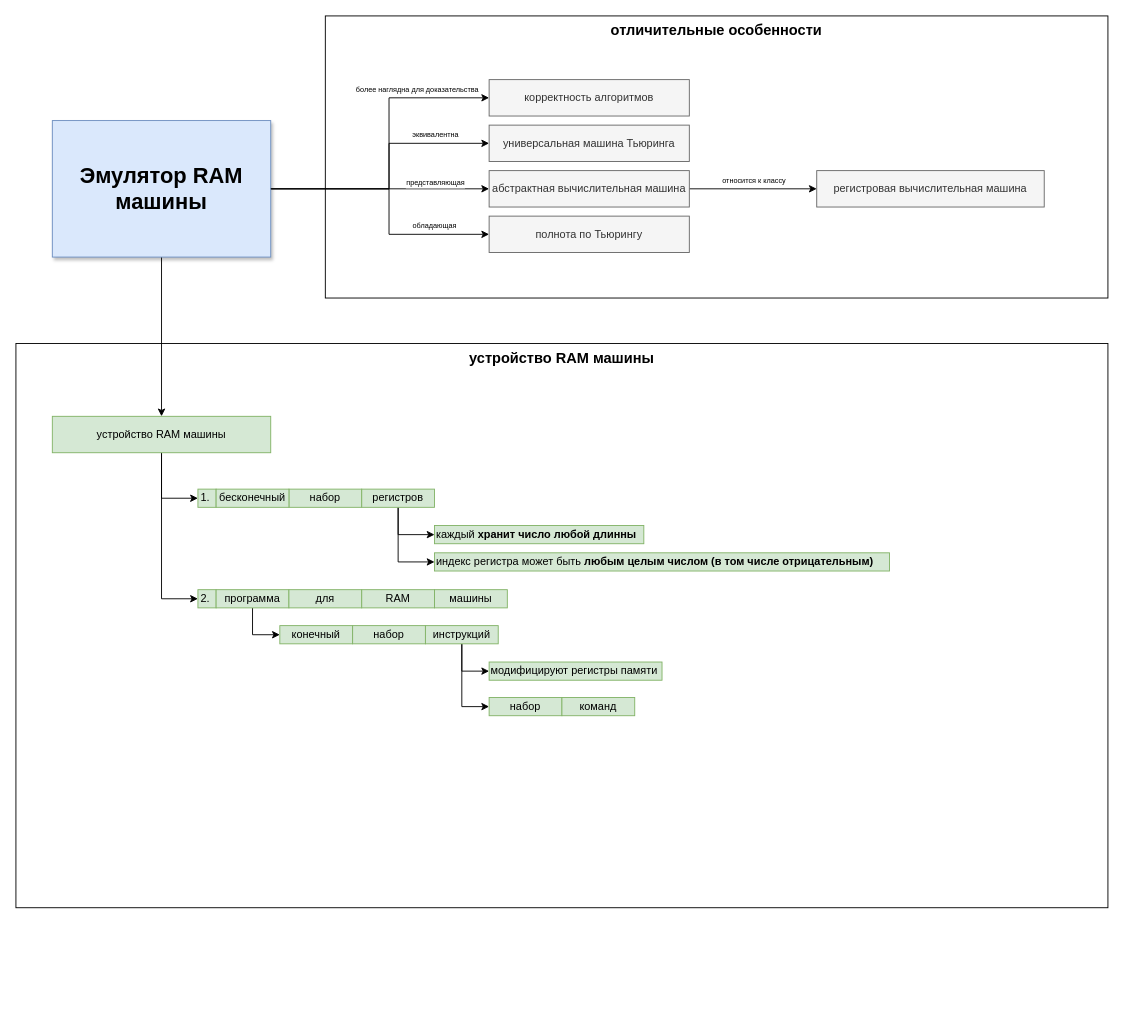
timurkashapov/otus keeps this draw.io diagram as otus_algo_club/algo_2019_04/_2019_04_30_otus_algo_01/docs/docs.drawio. Above is the earlier version. Source tidied: cells renumbered, new cells numbered last; positions are measured from the earlier drawing's top-left corner, leaving out a move shared by most shapes. Both pictures are drawn from the tidied source at 91%, with x=0, y=0 at pixel (15, 15).
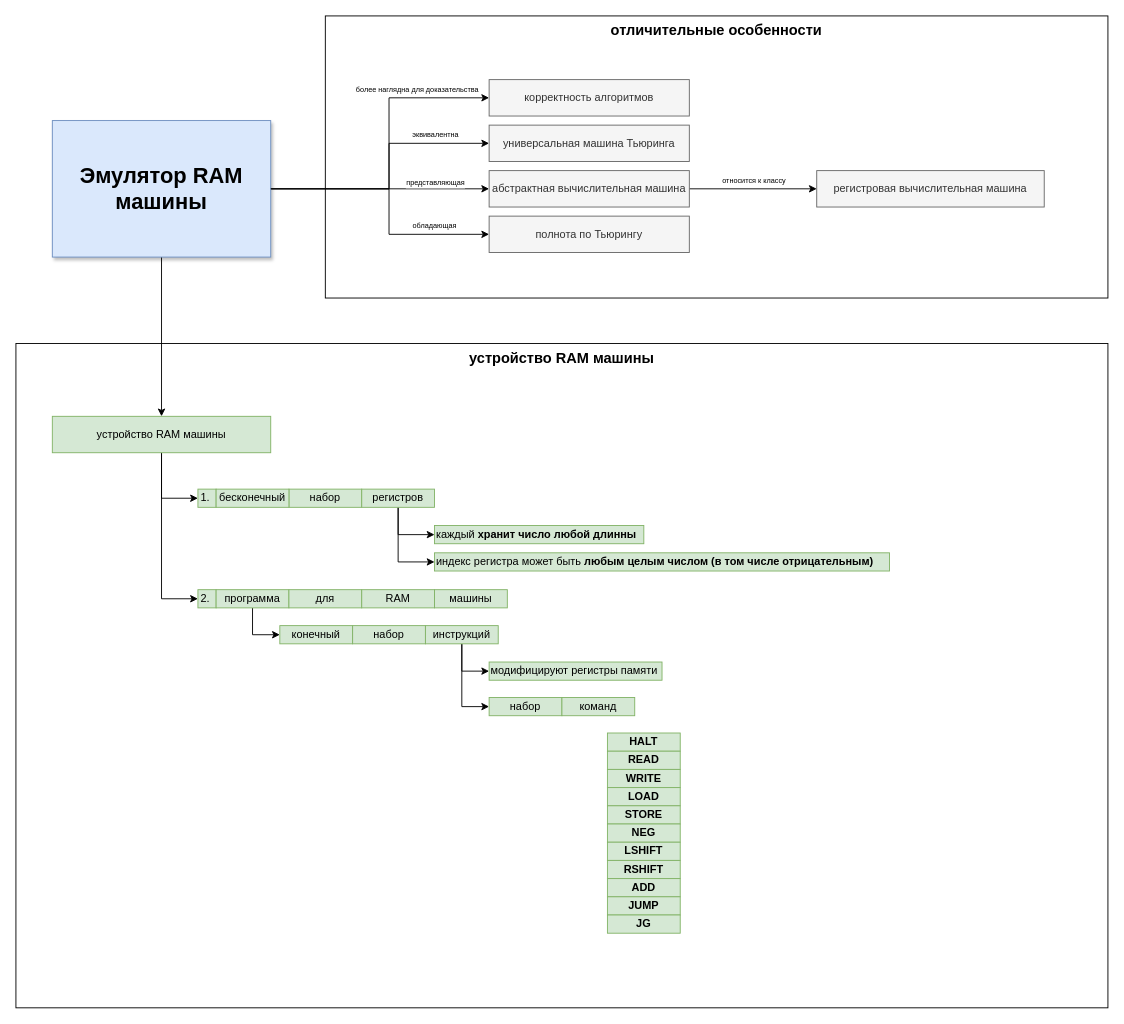
After the change.

The edit, as a diff of the source:
```diff
@@
     <mxCell id="2" value="устройство RAM машины" style="rounded=0;whiteSpace=wrap;html=1;fontSize=16;align=center;verticalAlign=top;fontStyle=1;" parent="1" vertex="1">
-      <mxGeometry y="360" width="1200" height="620" as="geometry" />
+      <mxGeometry y="360" width="1200" height="730" as="geometry" />
     </mxCell>
@@
+    <mxCell id="46" value="&lt;b&gt;HALT&lt;/b&gt;" style="text;html=1;strokeColor=#82b366;fillColor=#d5e8d4;align=center;verticalAlign=middle;whiteSpace=wrap;rounded=0;fontSize=12;" parent="1" vertex="1">
+      <mxGeometry x="650" y="788" width="80" height="20" as="geometry" />
+    </mxCell>
+    <mxCell id="47" value="&lt;b&gt;READ&lt;/b&gt;" style="text;html=1;strokeColor=#82b366;fillColor=#d5e8d4;align=center;verticalAlign=middle;whiteSpace=wrap;rounded=0;fontSize=12;" parent="1" vertex="1">
+      <mxGeometry x="650" y="808" width="80" height="20" as="geometry" />
+    </mxCell>
+    <mxCell id="48" value="&lt;b&gt;WRITE&lt;/b&gt;" style="text;html=1;strokeColor=#82b366;fillColor=#d5e8d4;align=center;verticalAlign=middle;whiteSpace=wrap;rounded=0;fontSize=12;" parent="1" vertex="1">
+      <mxGeometry x="650" y="828" width="80" height="20" as="geometry" />
+    </mxCell>
+    <mxCell id="49" value="&lt;b&gt;LOAD&lt;/b&gt;" style="text;html=1;strokeColor=#82b366;fillColor=#d5e8d4;align=center;verticalAlign=middle;whiteSpace=wrap;rounded=0;fontSize=12;" parent="1" vertex="1">
+      <mxGeometry x="650" y="848" width="80" height="20" as="geometry" />
+    </mxCell>
+    <mxCell id="50" value="&lt;b&gt;STORE&lt;/b&gt;" style="text;html=1;strokeColor=#82b366;fillColor=#d5e8d4;align=center;verticalAlign=middle;whiteSpace=wrap;rounded=0;fontSize=12;" parent="1" vertex="1">
+      <mxGeometry x="650" y="868" width="80" height="20" as="geometry" />
+    </mxCell>
+    <mxCell id="51" value="&lt;b&gt;NEG&lt;/b&gt;" style="text;html=1;strokeColor=#82b366;fillColor=#d5e8d4;align=center;verticalAlign=middle;whiteSpace=wrap;rounded=0;fontSize=12;" parent="1" vertex="1">
+      <mxGeometry x="650" y="888" width="80" height="20" as="geometry" />
+    </mxCell>
+    <mxCell id="52" value="&lt;b&gt;LSHIFT&lt;/b&gt;" style="text;html=1;strokeColor=#82b366;fillColor=#d5e8d4;align=center;verticalAlign=middle;whiteSpace=wrap;rounded=0;fontSize=12;" parent="1" vertex="1">
+      <mxGeometry x="650" y="908" width="80" height="20" as="geometry" />
+    </mxCell>
+    <mxCell id="53" value="&lt;b&gt;RSHIFT&lt;/b&gt;" style="text;html=1;strokeColor=#82b366;fillColor=#d5e8d4;align=center;verticalAlign=middle;whiteSpace=wrap;rounded=0;fontSize=12;" parent="1" vertex="1">
+      <mxGeometry x="650" y="928" width="80" height="20" as="geometry" />
+    </mxCell>
+    <mxCell id="54" value="&lt;b&gt;ADD&lt;/b&gt;" style="text;html=1;strokeColor=#82b366;fillColor=#d5e8d4;align=center;verticalAlign=middle;whiteSpace=wrap;rounded=0;fontSize=12;" parent="1" vertex="1">
+      <mxGeometry x="650" y="948" width="80" height="20" as="geometry" />
+    </mxCell>
+    <mxCell id="55" value="&lt;b&gt;JUMP&lt;/b&gt;" style="text;html=1;strokeColor=#82b366;fillColor=#d5e8d4;align=center;verticalAlign=middle;whiteSpace=wrap;rounded=0;fontSize=12;" parent="1" vertex="1">
+      <mxGeometry x="650" y="968" width="80" height="20" as="geometry" />
+    </mxCell>
+    <mxCell id="56" value="&lt;b&gt;JG&lt;/b&gt;" style="text;html=1;strokeColor=#82b366;fillColor=#d5e8d4;align=center;verticalAlign=middle;whiteSpace=wrap;rounded=0;fontSize=12;" parent="1" vertex="1">
+      <mxGeometry x="650" y="988" width="80" height="20" as="geometry" />
+    </mxCell>
```
